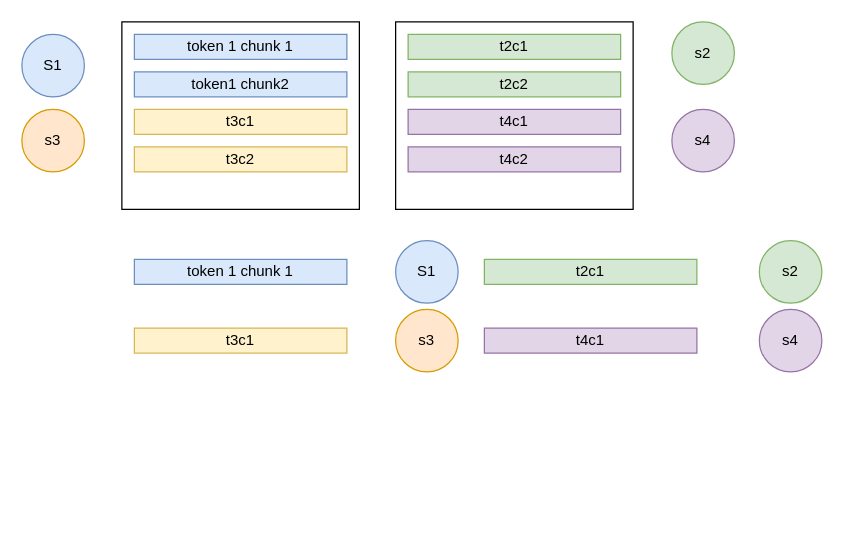
shenjiangqiu/drawio keeps this draw.io diagram as newpims/MULTI_ROW_ATT.drawio. Above is the earlier version. Source tidied: cells renumbered, new cells numbered last; positions are measured from the earlier drawing's top-left corner, leaving out a move shared by most shapes. Both pictures are drawn from the tidied source at 125%, with x=0, y=0 at pixel (21, 21).
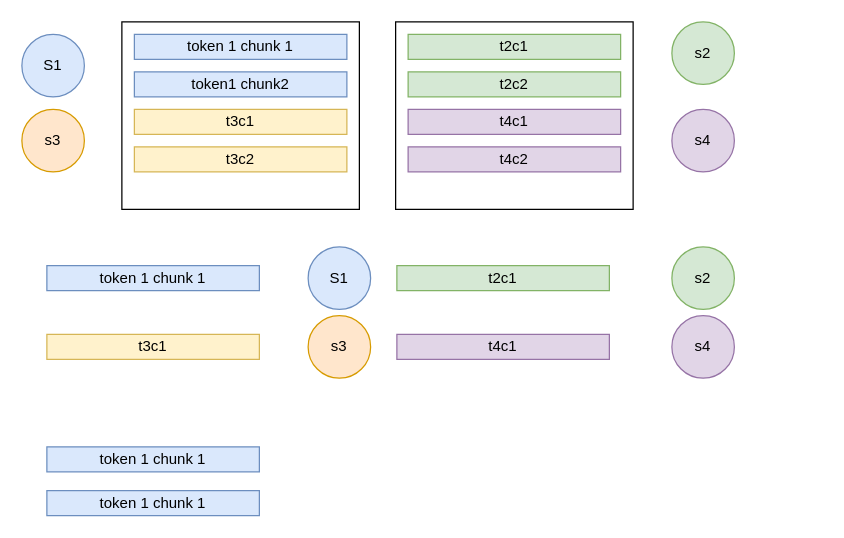
After the change.

The edit, as a diff of the source:
```diff
@@
     <mxCell id="16" value="token 1 chunk 1" style="rounded=0;whiteSpace=wrap;html=1;fillColor=#dae8fc;strokeColor=#6c8ebf;" parent="1" vertex="1">
-      <mxGeometry x="90" y="190" width="170" height="20" as="geometry" />
+      <mxGeometry x="20" y="195" width="170" height="20" as="geometry" />
     </mxCell>
     <mxCell id="17" value="t3c1" style="rounded=0;whiteSpace=wrap;html=1;fillColor=#fff2cc;strokeColor=#d6b656;" parent="1" vertex="1">
-      <mxGeometry x="90" y="245" width="170" height="20" as="geometry" />
+      <mxGeometry x="20" y="250" width="170" height="20" as="geometry" />
     </mxCell>
     <mxCell id="18" value="S1" style="ellipse;whiteSpace=wrap;html=1;fillColor=#dae8fc;strokeColor=#6c8ebf;" parent="1" vertex="1">
-      <mxGeometry x="299" y="175" width="50" height="50" as="geometry" />
+      <mxGeometry x="229" y="180" width="50" height="50" as="geometry" />
     </mxCell>
     <mxCell id="19" value="s3" style="ellipse;whiteSpace=wrap;html=1;fillColor=#ffe6cc;strokeColor=#d79b00;" parent="1" vertex="1">
-      <mxGeometry x="299" y="230" width="50" height="50" as="geometry" />
+      <mxGeometry x="229" y="235" width="50" height="50" as="geometry" />
     </mxCell>
     <mxCell id="20" value="t2c1" style="rounded=0;whiteSpace=wrap;html=1;fillColor=#d5e8d4;strokeColor=#82b366;" parent="1" vertex="1">
-      <mxGeometry x="370" y="190" width="170" height="20" as="geometry" />
+      <mxGeometry x="300" y="195" width="170" height="20" as="geometry" />
     </mxCell>
     <mxCell id="21" value="t4c1" style="rounded=0;whiteSpace=wrap;html=1;fillColor=#e1d5e7;strokeColor=#9673a6;" parent="1" vertex="1">
-      <mxGeometry x="370" y="245" width="170" height="20" as="geometry" />
+      <mxGeometry x="300" y="250" width="170" height="20" as="geometry" />
     </mxCell>
     <mxCell id="22" value="s2" style="ellipse;whiteSpace=wrap;html=1;fillColor=#d5e8d4;strokeColor=#82b366;" parent="1" vertex="1">
-      <mxGeometry x="590" y="175" width="50" height="50" as="geometry" />
+      <mxGeometry x="520" y="180" width="50" height="50" as="geometry" />
     </mxCell>
     <mxCell id="23" value="s4" style="ellipse;whiteSpace=wrap;html=1;fillColor=#e1d5e7;strokeColor=#9673a6;" parent="1" vertex="1">
-      <mxGeometry x="590" y="230" width="50" height="50" as="geometry" />
+      <mxGeometry x="520" y="235" width="50" height="50" as="geometry" />
     </mxCell>
+    <mxCell id="24" value="token 1 chunk 1" style="rounded=0;whiteSpace=wrap;html=1;fillColor=#dae8fc;strokeColor=#6c8ebf;" parent="1" vertex="1">
+      <mxGeometry x="20" y="340" width="170" height="20" as="geometry" />
+    </mxCell>
+    <mxCell id="25" value="token 1 chunk 1" style="rounded=0;whiteSpace=wrap;html=1;fillColor=#dae8fc;strokeColor=#6c8ebf;" parent="1" vertex="1">
+      <mxGeometry x="20" y="375" width="170" height="20" as="geometry" />
+    </mxCell>
```
